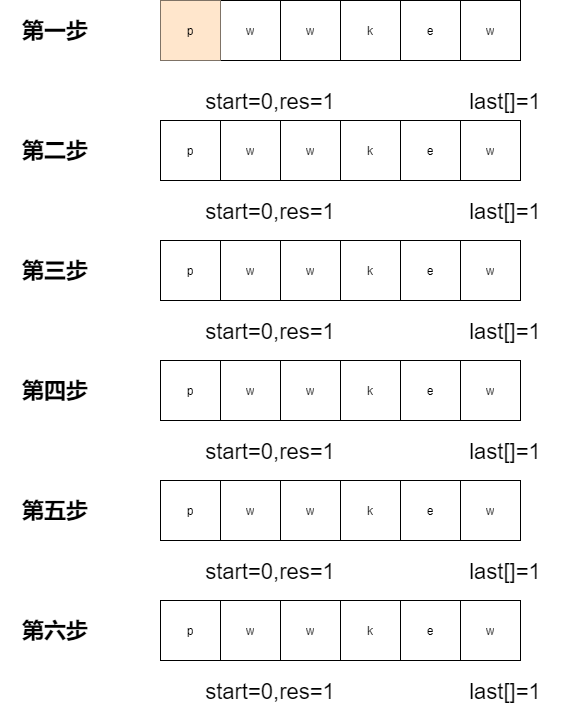
Earlier version of the draw.io export Untitled Diagram.png (DaMingYue/Test). Source tidied: cells renumbered, new cells last; positions are measured from the earlier drawing's top-left corner, leaving out a move shared by most shapes.
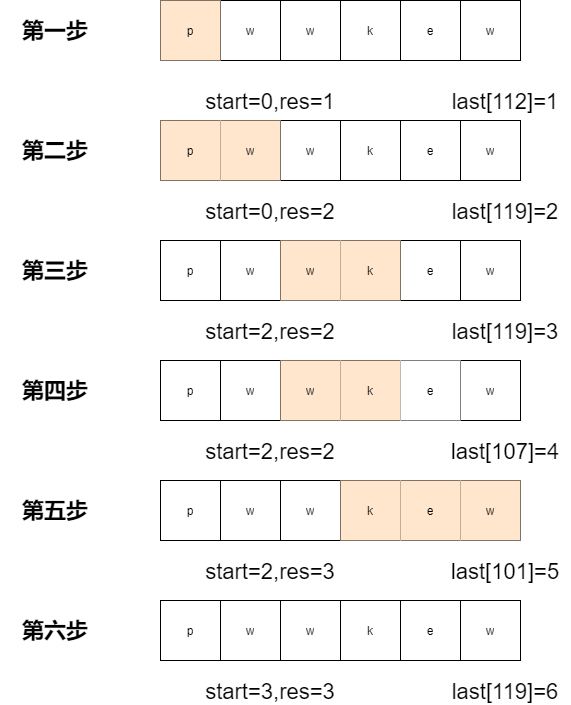
The same file after the commit.

Diff of the diagram source:
```diff
@@ -32,10 +32,10 @@
     <mxCell id="11" style="shape=partialRectangle;html=1;whiteSpace=wrap;fillColor=none;top=0;left=0;bottom=0;right=0;" parent="10" vertex="1">
       <mxGeometry width="360" height="60" as="geometry" />
     </mxCell>
-    <mxCell id="12" value="p" style="shape=partialRectangle;html=1;whiteSpace=wrap;overflow=hidden;fillColor=none;top=0;left=0;bottom=0;right=0;" parent="11" vertex="1">
+    <mxCell id="12" value="p" style="shape=partialRectangle;html=1;whiteSpace=wrap;overflow=hidden;fillColor=#ffe6cc;top=0;left=0;bottom=0;right=0;strokeColor=#d79b00;" parent="11" vertex="1">
       <mxGeometry width="60" height="60" as="geometry" />
     </mxCell>
-    <mxCell id="13" value="w" style="shape=partialRectangle;html=1;whiteSpace=wrap;overflow=hidden;fillColor=none;top=0;left=0;bottom=0;right=0;" parent="11" vertex="1">
+    <mxCell id="13" value="w" style="shape=partialRectangle;html=1;whiteSpace=wrap;overflow=hidden;fillColor=#ffe6cc;top=0;left=0;bottom=0;right=0;strokeColor=#d79b00;" parent="11" vertex="1">
       <mxGeometry x="60" width="60" height="60" as="geometry" />
     </mxCell>
     <mxCell id="14" value="w" style="shape=partialRectangle;html=1;whiteSpace=wrap;overflow=hidden;fillColor=none;top=0;left=0;bottom=0;right=0;" parent="11" vertex="1">
@@ -62,10 +62,10 @@
     <mxCell id="21" value="w" style="shape=partialRectangle;html=1;whiteSpace=wrap;overflow=hidden;fillColor=none;top=0;left=0;bottom=0;right=0;" parent="19" vertex="1">
       <mxGeometry x="60" width="60" height="60" as="geometry" />
     </mxCell>
-    <mxCell id="22" value="w" style="shape=partialRectangle;html=1;whiteSpace=wrap;overflow=hidden;fillColor=none;top=0;left=0;bottom=0;right=0;" parent="19" vertex="1">
+    <mxCell id="22" value="w" style="shape=partialRectangle;html=1;whiteSpace=wrap;overflow=hidden;fillColor=#ffe6cc;top=0;left=0;bottom=0;right=0;strokeColor=#d79b00;" parent="19" vertex="1">
       <mxGeometry x="120" width="60" height="60" as="geometry" />
     </mxCell>
-    <mxCell id="23" value="k" style="shape=partialRectangle;html=1;whiteSpace=wrap;overflow=hidden;fillColor=none;top=0;left=0;bottom=0;right=0;" parent="19" vertex="1">
+    <mxCell id="23" value="k" style="shape=partialRectangle;html=1;whiteSpace=wrap;overflow=hidden;fillColor=#ffe6cc;top=0;left=0;bottom=0;right=0;strokeColor=#d79b00;" parent="19" vertex="1">
       <mxGeometry x="180" width="60" height="60" as="geometry" />
     </mxCell>
     <mxCell id="24" value="e" style="shape=partialRectangle;html=1;whiteSpace=wrap;overflow=hidden;fillColor=none;top=0;left=0;bottom=0;right=0;" parent="19" vertex="1">
@@ -86,13 +86,13 @@
     <mxCell id="29" value="w" style="shape=partialRectangle;html=1;whiteSpace=wrap;overflow=hidden;fillColor=none;top=0;left=0;bottom=0;right=0;" parent="27" vertex="1">
       <mxGeometry x="60" width="60" height="60" as="geometry" />
     </mxCell>
-    <mxCell id="30" value="w" style="shape=partialRectangle;html=1;whiteSpace=wrap;overflow=hidden;fillColor=none;top=0;left=0;bottom=0;right=0;" parent="27" vertex="1">
+    <mxCell id="30" value="w" style="shape=partialRectangle;html=1;whiteSpace=wrap;overflow=hidden;fillColor=#ffe6cc;top=0;left=0;bottom=0;right=0;strokeColor=#d79b00;" parent="27" vertex="1">
       <mxGeometry x="120" width="60" height="60" as="geometry" />
     </mxCell>
-    <mxCell id="31" value="k" style="shape=partialRectangle;html=1;whiteSpace=wrap;overflow=hidden;fillColor=none;top=0;left=0;bottom=0;right=0;" parent="27" vertex="1">
+    <mxCell id="31" value="k" style="shape=partialRectangle;html=1;whiteSpace=wrap;overflow=hidden;fillColor=#ffe6cc;top=0;left=0;bottom=0;right=0;strokeColor=#d79b00;" parent="27" vertex="1">
       <mxGeometry x="180" width="60" height="60" as="geometry" />
     </mxCell>
-    <mxCell id="32" value="e" style="shape=partialRectangle;html=1;whiteSpace=wrap;overflow=hidden;fillColor=none;top=0;left=0;bottom=0;right=0;" parent="27" vertex="1">
+    <mxCell id="32" value="e" style="shape=partialRectangle;html=1;whiteSpace=wrap;overflow=hidden;top=0;left=0;bottom=0;right=0;" parent="27" vertex="1">
       <mxGeometry x="240" width="60" height="60" as="geometry" />
     </mxCell>
     <mxCell id="33" value="w" style="shape=partialRectangle;html=1;whiteSpace=wrap;overflow=hidden;fillColor=none;top=0;left=0;bottom=0;right=0;" parent="27" vertex="1">
@@ -113,13 +113,13 @@
     <mxCell id="38" value="w" style="shape=partialRectangle;html=1;whiteSpace=wrap;overflow=hidden;fillColor=none;top=0;left=0;bottom=0;right=0;" parent="35" vertex="1">
       <mxGeometry x="120" width="60" height="60" as="geometry" />
     </mxCell>
-    <mxCell id="39" value="k" style="shape=partialRectangle;html=1;whiteSpace=wrap;overflow=hidden;fillColor=none;top=0;left=0;bottom=0;right=0;" parent="35" vertex="1">
+    <mxCell id="39" value="k" style="shape=partialRectangle;html=1;whiteSpace=wrap;overflow=hidden;fillColor=#ffe6cc;top=0;left=0;bottom=0;right=0;strokeColor=#d79b00;" parent="35" vertex="1">
       <mxGeometry x="180" width="60" height="60" as="geometry" />
     </mxCell>
-    <mxCell id="40" value="e" style="shape=partialRectangle;html=1;whiteSpace=wrap;overflow=hidden;fillColor=none;top=0;left=0;bottom=0;right=0;" parent="35" vertex="1">
+    <mxCell id="40" value="e" style="shape=partialRectangle;html=1;whiteSpace=wrap;overflow=hidden;fillColor=#ffe6cc;top=0;left=0;bottom=0;right=0;strokeColor=#d79b00;" parent="35" vertex="1">
       <mxGeometry x="240" width="60" height="60" as="geometry" />
     </mxCell>
-    <mxCell id="41" value="w" style="shape=partialRectangle;html=1;whiteSpace=wrap;overflow=hidden;fillColor=none;top=0;left=0;bottom=0;right=0;" parent="35" vertex="1">
+    <mxCell id="41" value="w" style="shape=partialRectangle;html=1;whiteSpace=wrap;overflow=hidden;fillColor=#ffe6cc;top=0;left=0;bottom=0;right=0;strokeColor=#d79b00;" parent="35" vertex="1">
       <mxGeometry x="300" width="60" height="60" as="geometry" />
     </mxCell>
     <mxCell id="42" style="shape=table;html=1;whiteSpace=wrap;startSize=0;" parent="1" vertex="1">
@@ -167,37 +167,37 @@
     <mxCell id="56" value="start=0,res=1" style="text;html=1;strokeColor=none;fillColor=none;align=center;verticalAlign=middle;whiteSpace=wrap;rounded=0;fontSize=22;fontColor=#000000;" parent="1" vertex="1">
       <mxGeometry x="170" y="91" width="200" height="20" as="geometry" />
     </mxCell>
-    <mxCell id="57" value="last[]=1" style="text;html=1;strokeColor=none;fillColor=none;align=center;verticalAlign=middle;whiteSpace=wrap;rounded=0;fontSize=22;fontColor=#000000;" parent="1" vertex="1">
+    <mxCell id="57" value="last[112]=1" style="text;html=1;strokeColor=none;fillColor=none;align=center;verticalAlign=middle;whiteSpace=wrap;rounded=0;fontSize=22;fontColor=#000000;" parent="1" vertex="1">
       <mxGeometry x="440" y="91" width="130" height="20" as="geometry" />
     </mxCell>
-    <mxCell id="58" value="start=0,res=1" style="text;html=1;strokeColor=none;fillColor=none;align=center;verticalAlign=middle;whiteSpace=wrap;rounded=0;fontSize=22;fontColor=#000000;" parent="1" vertex="1">
+    <mxCell id="58" value="start=0,res=2" style="text;html=1;strokeColor=none;fillColor=none;align=center;verticalAlign=middle;whiteSpace=wrap;rounded=0;fontSize=22;fontColor=#000000;" parent="1" vertex="1">
       <mxGeometry x="170" y="201" width="200" height="20" as="geometry" />
     </mxCell>
-    <mxCell id="59" value="last[]=1" style="text;html=1;strokeColor=none;fillColor=none;align=center;verticalAlign=middle;whiteSpace=wrap;rounded=0;fontSize=22;fontColor=#000000;" parent="1" vertex="1">
+    <mxCell id="59" value="last[119]=2" style="text;html=1;strokeColor=none;fillColor=none;align=center;verticalAlign=middle;whiteSpace=wrap;rounded=0;fontSize=22;fontColor=#000000;" parent="1" vertex="1">
       <mxGeometry x="440" y="201" width="130" height="20" as="geometry" />
     </mxCell>
-    <mxCell id="60" value="start=0,res=1" style="text;html=1;strokeColor=none;fillColor=none;align=center;verticalAlign=middle;whiteSpace=wrap;rounded=0;fontSize=22;fontColor=#000000;" parent="1" vertex="1">
+    <mxCell id="60" value="start=2,res=2" style="text;html=1;strokeColor=none;fillColor=none;align=center;verticalAlign=middle;whiteSpace=wrap;rounded=0;fontSize=22;fontColor=#000000;" parent="1" vertex="1">
       <mxGeometry x="170" y="321" width="200" height="20" as="geometry" />
     </mxCell>
-    <mxCell id="61" value="last[]=1" style="text;html=1;strokeColor=none;fillColor=none;align=center;verticalAlign=middle;whiteSpace=wrap;rounded=0;fontSize=22;fontColor=#000000;" parent="1" vertex="1">
+    <mxCell id="61" value="last[119]=3" style="text;html=1;strokeColor=none;fillColor=none;align=center;verticalAlign=middle;whiteSpace=wrap;rounded=0;fontSize=22;fontColor=#000000;" parent="1" vertex="1">
       <mxGeometry x="440" y="321" width="130" height="20" as="geometry" />
     </mxCell>
-    <mxCell id="62" value="start=0,res=1" style="text;html=1;strokeColor=none;fillColor=none;align=center;verticalAlign=middle;whiteSpace=wrap;rounded=0;fontSize=22;fontColor=#000000;" parent="1" vertex="1">
+    <mxCell id="62" value="start=2,res=2" style="text;html=1;strokeColor=none;fillColor=none;align=center;verticalAlign=middle;whiteSpace=wrap;rounded=0;fontSize=22;fontColor=#000000;" parent="1" vertex="1">
       <mxGeometry x="170" y="441" width="200" height="20" as="geometry" />
     </mxCell>
-    <mxCell id="63" value="last[]=1" style="text;html=1;strokeColor=none;fillColor=none;align=center;verticalAlign=middle;whiteSpace=wrap;rounded=0;fontSize=22;fontColor=#000000;" parent="1" vertex="1">
+    <mxCell id="63" value="last[107]=4" style="text;html=1;strokeColor=none;fillColor=none;align=center;verticalAlign=middle;whiteSpace=wrap;rounded=0;fontSize=22;fontColor=#000000;" parent="1" vertex="1">
       <mxGeometry x="440" y="441" width="130" height="20" as="geometry" />
     </mxCell>
-    <mxCell id="64" value="start=0,res=1" style="text;html=1;strokeColor=none;fillColor=none;align=center;verticalAlign=middle;whiteSpace=wrap;rounded=0;fontSize=22;fontColor=#000000;" parent="1" vertex="1">
+    <mxCell id="64" value="start=2,res=3" style="text;html=1;strokeColor=none;fillColor=none;align=center;verticalAlign=middle;whiteSpace=wrap;rounded=0;fontSize=22;fontColor=#000000;" parent="1" vertex="1">
       <mxGeometry x="170" y="561" width="200" height="20" as="geometry" />
     </mxCell>
-    <mxCell id="65" value="last[]=1" style="text;html=1;strokeColor=none;fillColor=none;align=center;verticalAlign=middle;whiteSpace=wrap;rounded=0;fontSize=22;fontColor=#000000;" parent="1" vertex="1">
+    <mxCell id="65" value="last[101]=5" style="text;html=1;strokeColor=none;fillColor=none;align=center;verticalAlign=middle;whiteSpace=wrap;rounded=0;fontSize=22;fontColor=#000000;" parent="1" vertex="1">
       <mxGeometry x="440" y="561" width="130" height="20" as="geometry" />
     </mxCell>
-    <mxCell id="66" value="start=0,res=1" style="text;html=1;strokeColor=none;fillColor=none;align=center;verticalAlign=middle;whiteSpace=wrap;rounded=0;fontSize=22;fontColor=#000000;" parent="1" vertex="1">
+    <mxCell id="66" value="start=3,res=3" style="text;html=1;strokeColor=none;fillColor=none;align=center;verticalAlign=middle;whiteSpace=wrap;rounded=0;fontSize=22;fontColor=#000000;" parent="1" vertex="1">
       <mxGeometry x="170" y="681" width="200" height="20" as="geometry" />
     </mxCell>
-    <mxCell id="67" value="last[]=1" style="text;html=1;strokeColor=none;fillColor=none;align=center;verticalAlign=middle;whiteSpace=wrap;rounded=0;fontSize=22;fontColor=#000000;" parent="1" vertex="1">
+    <mxCell id="67" value="last[119]=6" style="text;html=1;strokeColor=none;fillColor=none;align=center;verticalAlign=middle;whiteSpace=wrap;rounded=0;fontSize=22;fontColor=#000000;" parent="1" vertex="1">
       <mxGeometry x="440" y="681" width="130" height="20" as="geometry" />
     </mxCell>
   </root>
```
